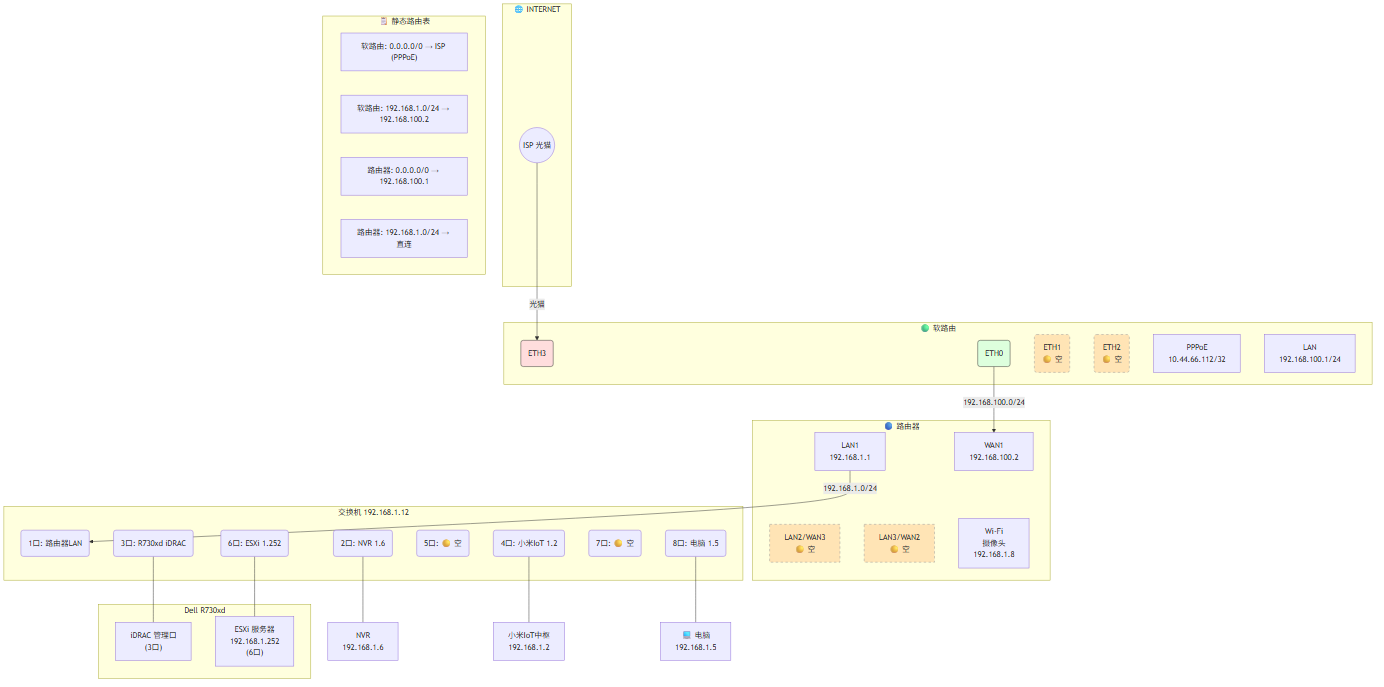
Earlier version of the Mermaid export source/img/topo-before.png (never-give-up-cn/myhome). Its source is kept beside it as source/img/topo-before.mmd.
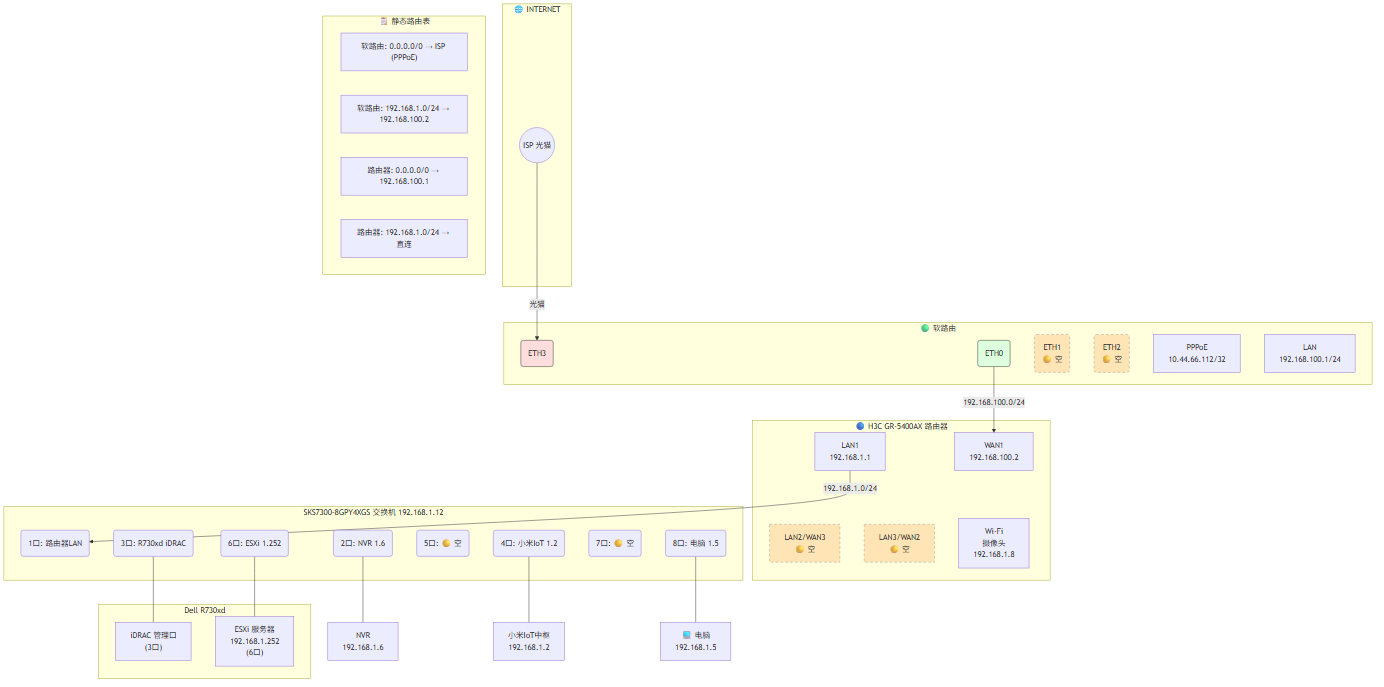
The same file after the commit.

Diff of the diagram source:
```diff
@@ -12,7 +12,7 @@
         SR_LAN["LAN<br/>192.168.100.1/24"]
     end
 
-    subgraph R2["🔵 路由器"]
+    subgraph R2["🔵 H3C GR-5400AX 路由器"]
         R2_WAN1["WAN1<br/>192.168.100.2"]
         R2_LAN1["LAN1<br/>192.168.1.1"]
         R2_LAN2["LAN2/WAN3<br/>🟡 空"]:::idle
@@ -20,7 +20,7 @@
         WIFI["Wi-Fi<br/>摄像头<br/>192.168.1.8"]
     end
 
-    subgraph SW["交换机 192.168.1.12"]
+    subgraph SW["SKS7300-8GPY4XGS 交换机 192.168.1.12"]
         P1("1口: 路由器LAN")
         P2("2口: NVR 1.6")
         P3("3口: R730xd iDRAC")
```
